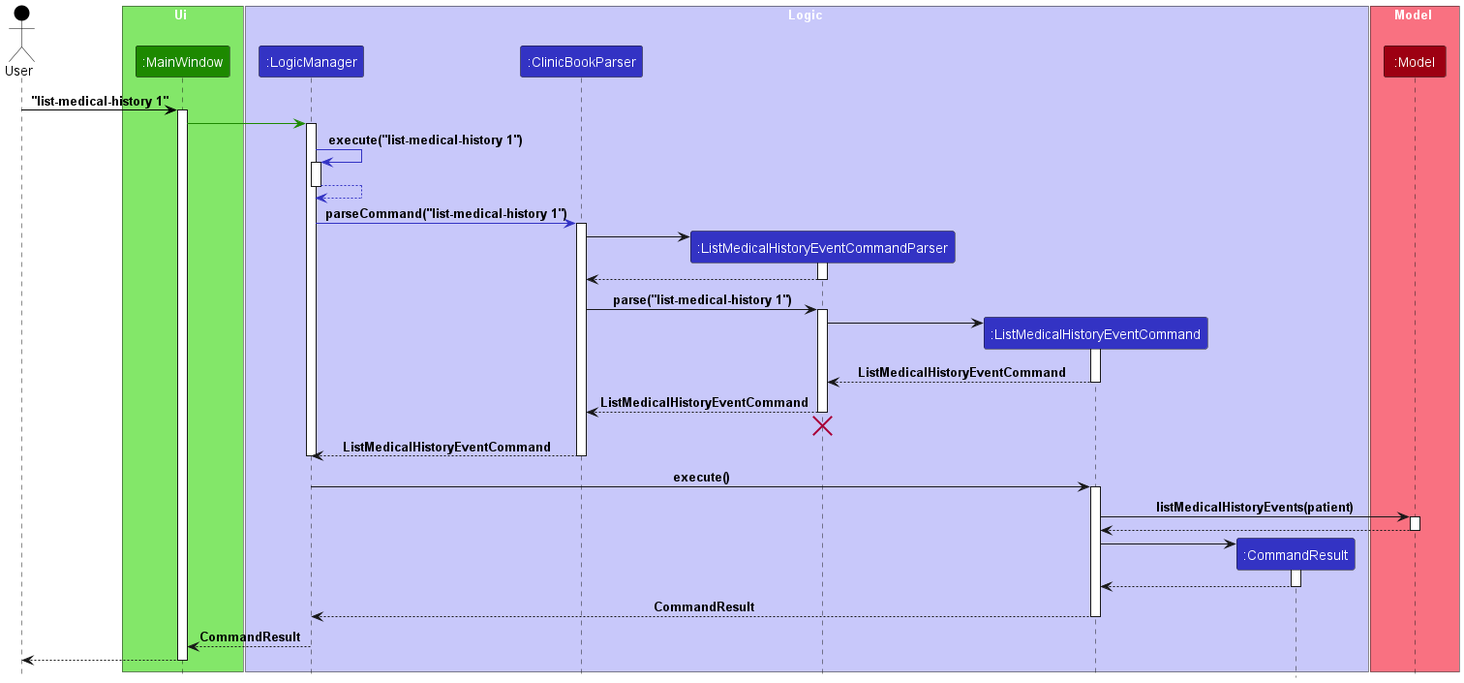
Earlier version of the PlantUML export docs/images/ListMedicalHistoryEventSequenceDiagram.png (pangyyen/tp).
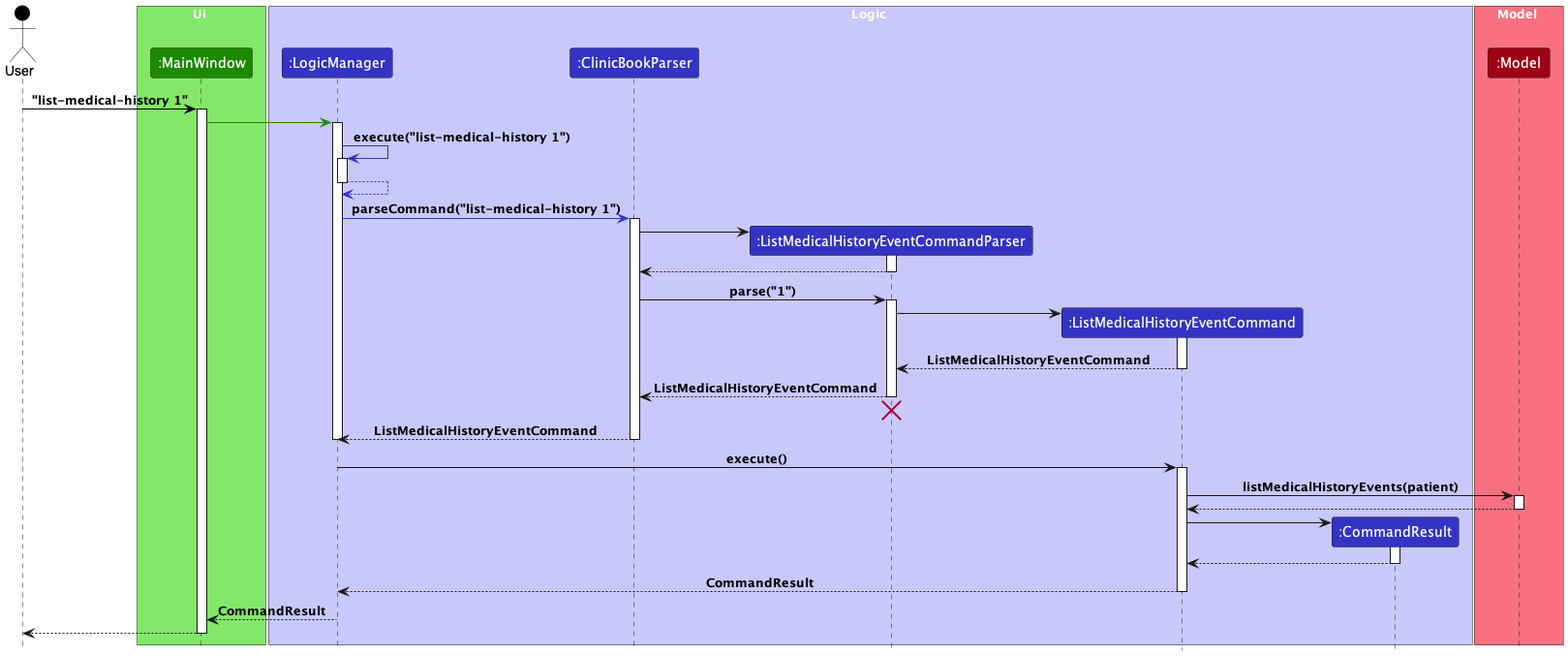
After the change.

The edit, as a diff of the source:
```diff
@@ -42,7 +42,7 @@
 ListMedicalHistoryEventCommandParser --> ClinicBookParser
 deactivate ListMedicalHistoryEventCommandParser
 
-ClinicBookParser -> ListMedicalHistoryEventCommandParser : parse("list-medical-history 1")
+ClinicBookParser -> ListMedicalHistoryEventCommandParser : parse("1")
 activate ListMedicalHistoryEventCommandParser
 
 create ListMedicalHistoryEventCommand
```
